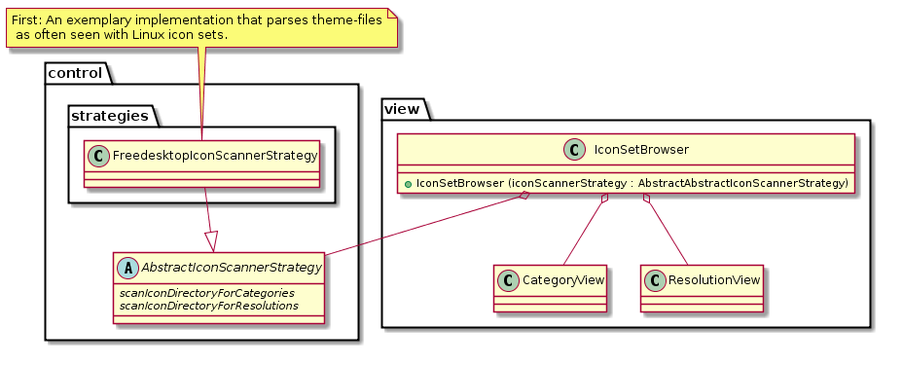
This is Concept/classes.png from Manuel-Kehl/Icon-Set-Forge, a PlantUML export, as it was before one commit.
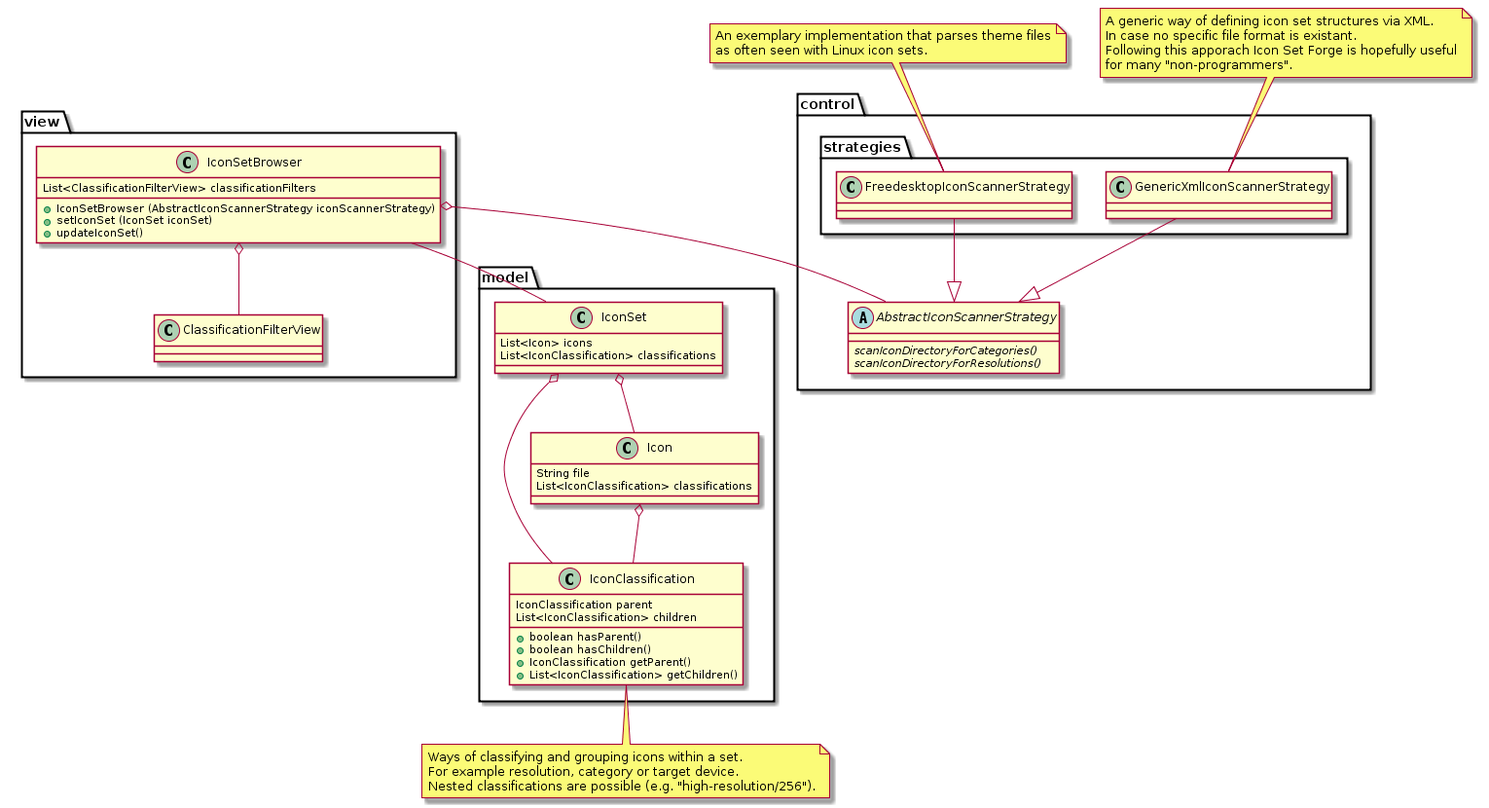
The same file after the commit.

Commit message:
Added a model package where I introduced the concept of IconClassifications. Moreover I reorganized the whole diagram to fit the new changes.

What changed in the source:
```diff
@@ -1,27 +1,60 @@
 @startuml
 package control {
 	abstract class AbstractIconScannerStrategy {
-		{abstract} + scanIconDirectoryForCategories
-		{abstract} + scanIconDirectoryForResolutions
+		{abstract} + scanIconDirectoryForCategories()
+		{abstract} + scanIconDirectoryForResolutions()
 	}
 	package strategies {
 		class FreedesktopIconScannerStrategy --|> AbstractIconScannerStrategy
+		class GenericXmlIconScannerStrategy --|> AbstractIconScannerStrategy
 	}
 }
 
-note top of FreedesktopIconScannerStrategy: First: An exemplary implementation that parses theme-files\n as often seen with Linux icon sets.
+package view {
+	class ClassificationFilterView
 
-package view {
-	class CategoryView
-	class ResolutionView
 	class IconSetBrowser {
-		+ IconSetBrowser (iconScannerStrategy : AbstractAbstractIconScannerStrategy)
+		List<ClassificationFilterView> classificationFilters
+		+ IconSetBrowser (AbstractIconScannerStrategy iconScannerStrategy)
+		+ setIconSet (IconSet iconSet)
+		+ updateIconSet()
 	}
 }
 
+package model {
+	class IconClassification {
+		IconClassification parent
+		List<IconClassification> children
+		+ boolean hasParent()
+		+ boolean hasChildren()
+		+ IconClassification getParent()
+		+ List<IconClassification> getChildren()
+	}
+
+	class IconSet {
+		List<Icon> icons
+		List<IconClassification> classifications
+	}
+
+	class Icon {
+		String file
+		List<IconClassification> classifications
+	}
+}
 
 IconSetBrowser o-- AbstractIconScannerStrategy
-IconSetBrowser o-- ResolutionView
-IconSetBrowser o-- CategoryView
+IconSetBrowser o-- ClassificationFilterView
+
+Icon o-- IconClassification
+IconSet o-- Icon
+IconSet o-- IconClassification
+
+IconSetBrowser -- IconSet
+
+note bottom of IconClassification: Ways of classifying and grouping icons within a set.\nFor example resolution, category or target device.\nNested classifications are possible (e.g. "high-resolution/256").
+
+note top of FreedesktopIconScannerStrategy: An exemplary implementation that parses theme files\nas often seen with Linux icon sets.
+
+note top of GenericXmlIconScannerStrategy: A generic way of defining icon set structures via XML.\nIn case no specific file format is existant.\nFollowing this apporach Icon Set Forge is hopefully useful\nfor many "non-programmers".
 
 @enduml
```
